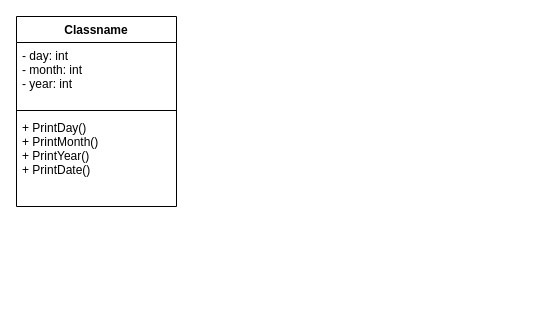
Earlier version of the draw.io diagram Date1/SetDate.drawio (Yuukicoder/java-training). Source tidied: cells renumbered, new cells numbered last; positions are measured from the earlier drawing's top-left corner, leaving out a move shared by most shapes. Both pictures are drawn from the tidied source at 100%, with x=0, y=0 at pixel (16, 16).
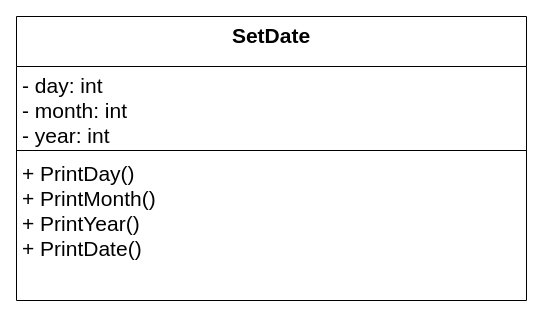
After the change.

Commit message (it also covers changes not shown here):
bancafe + date1 date2 date3

Change to the diagram source:
```diff
@@
 <mxGraphModel>
   <root>
     <mxCell id="0" />
     <mxCell id="1" parent="0" />
-    <mxCell id="2" value="Classname" style="swimlane;fontStyle=1;align=center;verticalAlign=top;horizontal=1;startSize=26;" parent="1" vertex="1">
-      <mxGeometry width="160" height="190" as="geometry" />
+    <mxCell id="2" value="SetDate" style="swimlane;fontStyle=1;align=center;verticalAlign=top;horizontal=1;startSize=50;fontSize=21;" parent="1" vertex="1">
+      <mxGeometry width="510" height="284" as="geometry" />
     </mxCell>
-    <mxCell id="3" value="- day: int&#10;- month: int&#10;- year: int" style="text;strokeColor=none;fillColor=none;align=left;verticalAlign=top;spacingLeft=4;spacingRight=4;overflow=hidden;" parent="2" vertex="1">
-      <mxGeometry y="26" width="160" height="64" as="geometry" />
+    <mxCell id="3" value="- day: int&#10;- month: int&#10;- year: int" style="text;strokeColor=none;fillColor=none;align=left;verticalAlign=top;spacingLeft=4;spacingRight=4;overflow=hidden;fontSize=21;" parent="2" vertex="1">
+      <mxGeometry y="50" width="510" height="80" as="geometry" />
     </mxCell>
-    <mxCell id="4" style="line;strokeWidth=1;fillColor=none;align=left;verticalAlign=middle;spacingTop=-1;spacingLeft=3;spacingRight=3;labelPosition=right;strokeColor=inherit;" parent="2" vertex="1">
-      <mxGeometry y="90" width="160" height="8" as="geometry" />
+    <mxCell id="4" style="line;strokeWidth=1;fillColor=none;align=left;verticalAlign=middle;spacingTop=-1;spacingLeft=3;spacingRight=3;labelPosition=right;strokeColor=inherit;fontSize=21;" parent="2" vertex="1">
+      <mxGeometry y="130" width="510" height="8" as="geometry" />
     </mxCell>
-    <mxCell id="5" value="+ PrintDay()&#10;+ PrintMonth()&#10;+ PrintYear()&#10;+ PrintDate()" style="text;strokeColor=none;fillColor=none;align=left;verticalAlign=top;spacingLeft=4;spacingRight=4;overflow=hidden;" parent="2" vertex="1">
-      <mxGeometry y="98" width="160" height="92" as="geometry" />
+    <mxCell id="5" value="+ PrintDay()&#10;+ PrintMonth()&#10;+ PrintYear()&#10;+ PrintDate()" style="text;strokeColor=none;fillColor=none;align=left;verticalAlign=top;spacingLeft=4;spacingRight=4;overflow=hidden;fontSize=21;" parent="2" vertex="1">
+      <mxGeometry y="138" width="510" height="146" as="geometry" />
     </mxCell>
   </root>
 </mxGraphModel>
```
